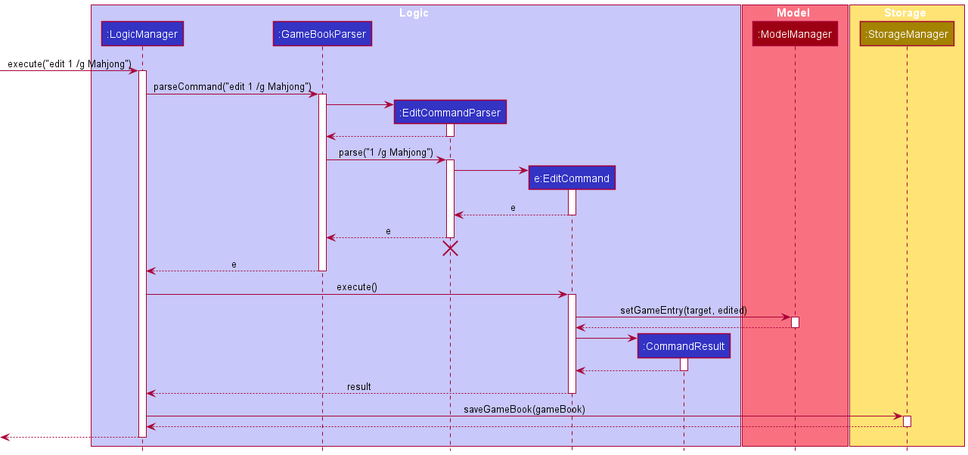
yzhilong/tp keeps this PlantUML diagram as docs/images/EditSequenceDiagram(Logic).png. Above is the earlier version. Its source is kept beside it as docs/diagrams/EditSequenceDiagram(Logic).puml. Its diagram source:
```plantuml
@startuml
!include style.puml

box Logic LOGIC_COLOR_T1
participant ":LogicManager" as LogicManager LOGIC_COLOR
participant ":GameBookParser" as GameBookParser LOGIC_COLOR
participant ":EditCommandParser" as EditCommandParser LOGIC_COLOR
participant "e:EditCommand" as EditCommand LOGIC_COLOR
participant ":CommandResult" as CommandResult LOGIC_COLOR
end box


box Model MODEL_COLOR_T1
participant ":ModelManager" as Model MODEL_COLOR
end box

box Storage STORAGE_COLOR_T1
participant ":StorageManager" as StorageManager STORAGE_COLOR
end box

[-> LogicManager : execute("edit 1 /g Mahjong")
activate LogicManager

LogicManager -> GameBookParser : parseCommand("edit 1 /g Mahjong")
activate GameBookParser

create EditCommandParser
GameBookParser -> EditCommandParser
activate EditCommandParser

EditCommandParser --> GameBookParser
deactivate EditCommandParser

GameBookParser -> EditCommandParser : parse("1 /g Mahjong")
activate EditCommandParser

create EditCommand
EditCommandParser -> EditCommand
activate EditCommand

EditCommand --> EditCommandParser : e
deactivate EditCommand

EditCommandParser --> GameBookParser : e
deactivate EditCommandParser
EditCommandParser -[hidden]-> GameBookParser
destroy EditCommandParser

GameBookParser --> LogicManager : e
deactivate GameBookParser

LogicManager -> EditCommand : execute()
activate EditCommand

EditCommand -> Model : setGameEntry(target, edited)
activate Model

Model --> EditCommand
deactivate Model

create CommandResult
EditCommand -> CommandResult
activate CommandResult

CommandResult --> EditCommand
deactivate CommandResult

EditCommand --> LogicManager : result
deactivate EditCommand

LogicManager -> StorageManager : saveGameBook(gameBook)
activate StorageManager

StorageManager --> LogicManager
deactivate StorageManager

[<--LogicManager
deactivate LogicManager
@enduml
```
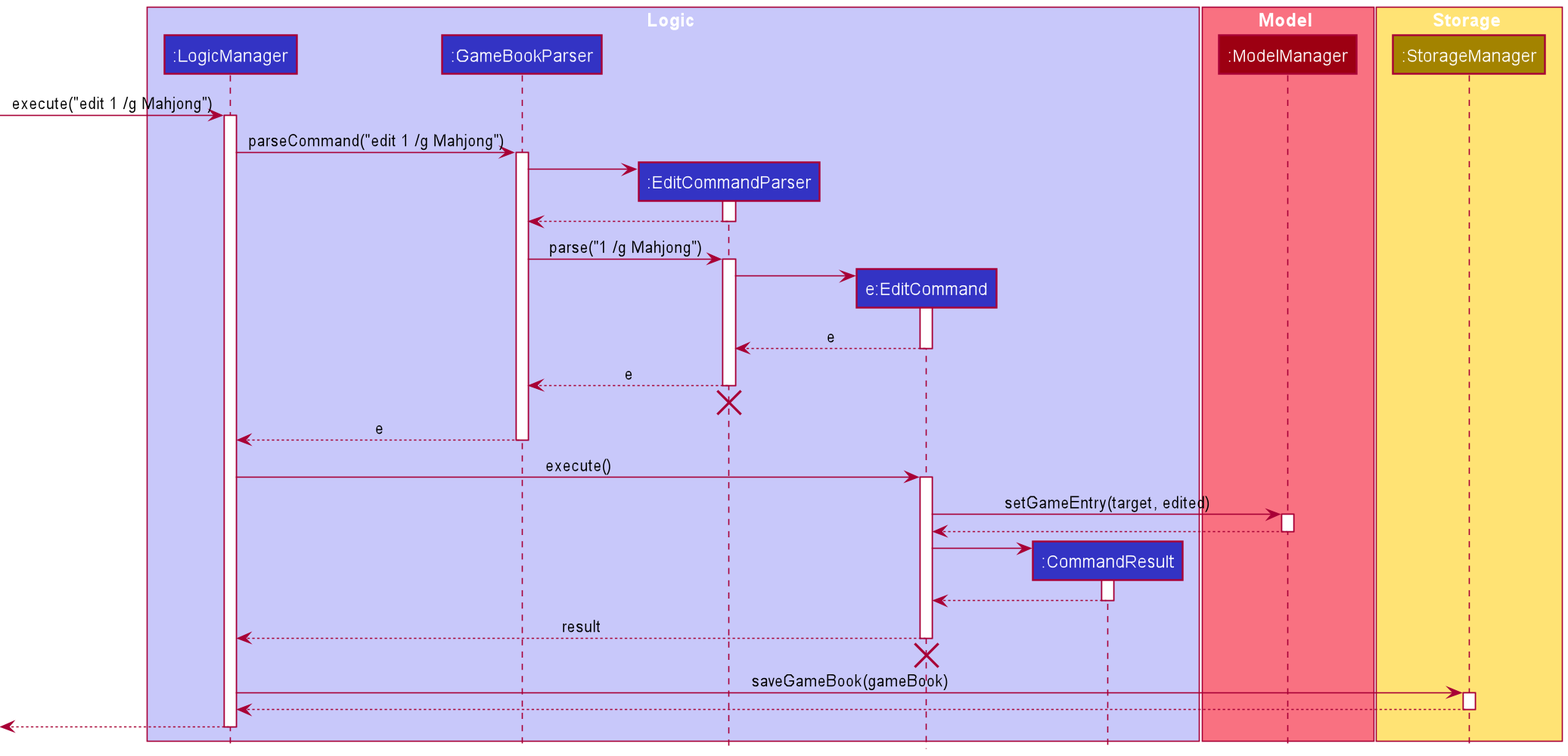
After the commit.

Change to the diagram source:
```diff
@@ -67,6 +67,8 @@
 
 EditCommand --> LogicManager : result
 deactivate EditCommand
+EditCommand -[hidden]-> LogicManager
+destroy EditCommand
 
 LogicManager -> StorageManager : saveGameBook(gameBook)
 activate StorageManager
```
